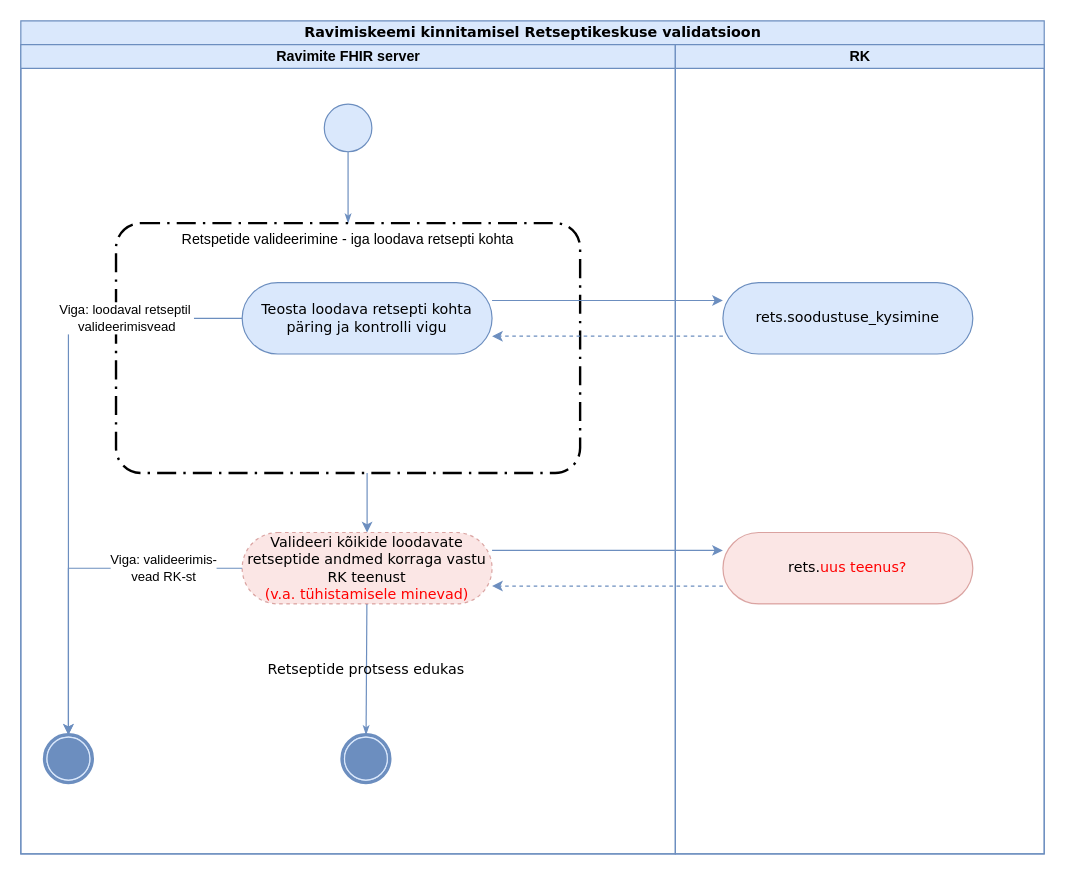
Above: input/images-source/rkvalidatsioon.drawio in TEHIK-EE/ig-ee-medication-scheme (draw.io), before the change. Source tidied: cells renumbered, new cells numbered last; positions are measured from the earlier drawing's top-left corner, leaving out a move shared by most shapes. Both pictures are drawn from the tidied source at 119%, with x=0, y=0 at pixel (20, 20).
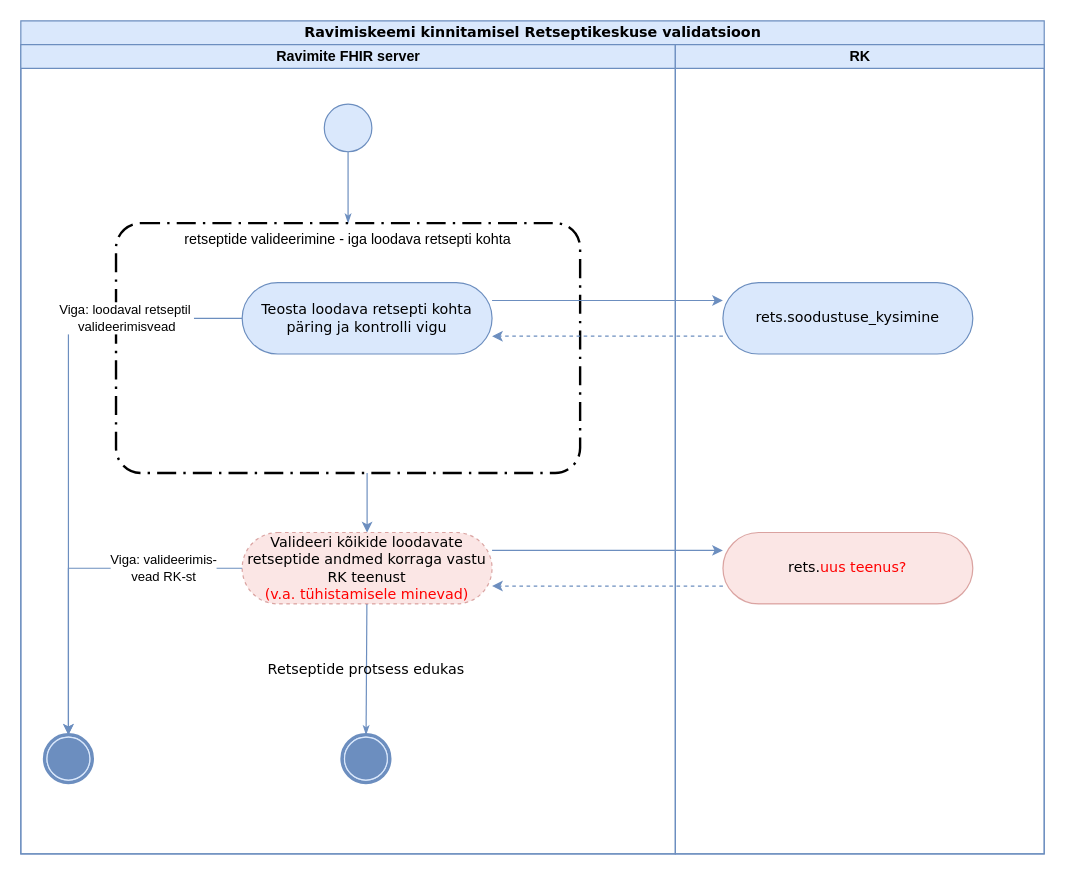
After the change.

The change refers to these unchanged cells:
```xml
<mxCell id="3" value="Ravimite FHIR server" style="swimlane;html=1;startSize=20;fillColor=#dae8fc;strokeColor=#6c8ebf;" parent="2" vertex="1">
  <mxGeometry y="20" width="550" height="680" as="geometry" />
</mxCell>
```

Diff of the diagram source:
```diff
@@
-    <mxCell id="10" value="Retspetide valideerimine - iga loodava retsepti kohta" style="points=[[0.25,0,0],[0.5,0,0],[0.75,0,0],[1,0.25,0],[1,0.5,0],[1,0.75,0],[0.75,1,0],[0.5,1,0],[0.25,1,0],[0,0.75,0],[0,0.5,0],[0,0.25,0]];rounded=1;arcSize=10;dashed=1;strokeColor=#000000;fillColor=none;gradientColor=none;dashPattern=8 3 1 3;strokeWidth=2;whiteSpace=wrap;html=1;verticalAlign=top;" parent="3" vertex="1">
+    <mxCell id="10" value="retseptide valideerimine - iga loodava retsepti kohta" style="points=[[0.25,0,0],[0.5,0,0],[0.75,0,0],[1,0.25,0],[1,0.5,0],[1,0.75,0],[0.75,1,0],[0.5,1,0],[0.25,1,0],[0,0.75,0],[0,0.5,0],[0,0.25,0]];rounded=1;arcSize=10;dashed=1;strokeColor=#000000;fillColor=none;gradientColor=none;dashPattern=8 3 1 3;strokeWidth=2;whiteSpace=wrap;html=1;verticalAlign=top;" parent="3" vertex="1">
       <mxGeometry x="80" y="150" width="390" height="210" as="geometry" />
     </mxCell>
```
